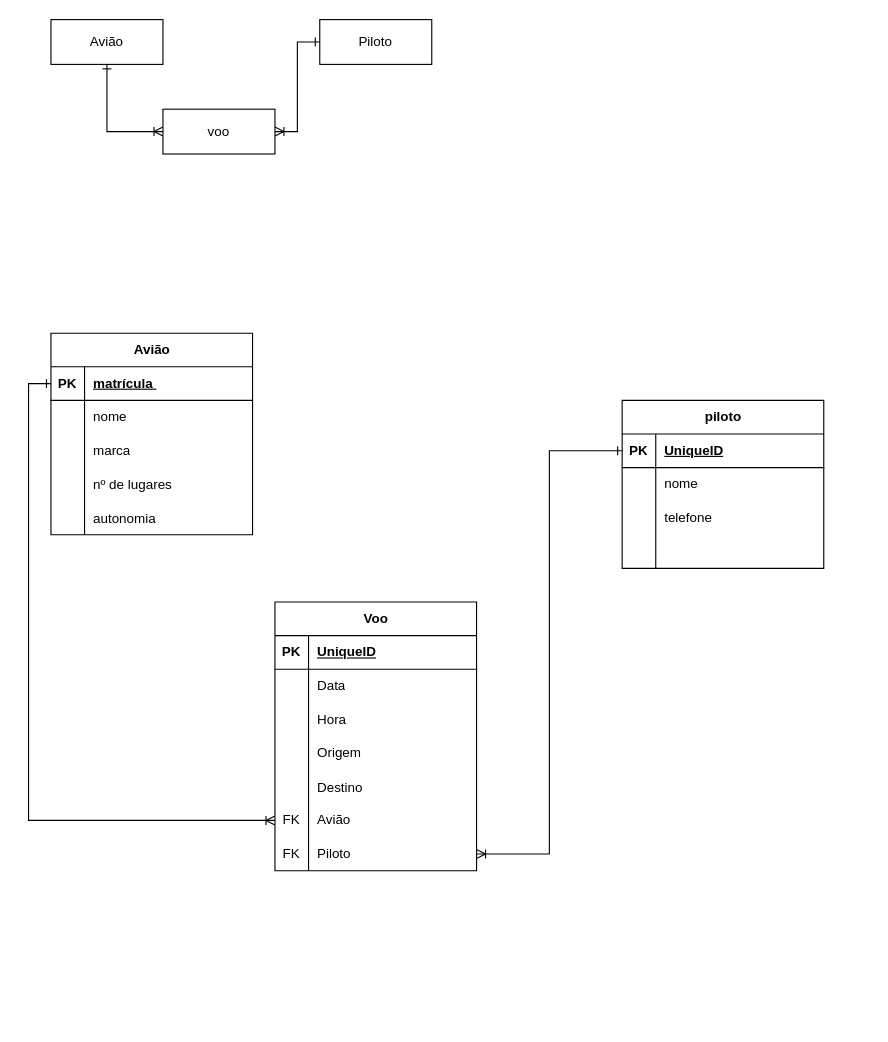
Before: Bases_de_Dados/DB_PL01_Ex4.drawio in G-Man27/portfolio-CESAE, a draw.io diagram. Source tidied: cells renumbered, new cells numbered last; positions are measured from the earlier drawing's top-left corner, leaving out a move shared by most shapes. Both pictures are drawn from the tidied source at 112%, with x=0, y=0 at pixel (50, 19).
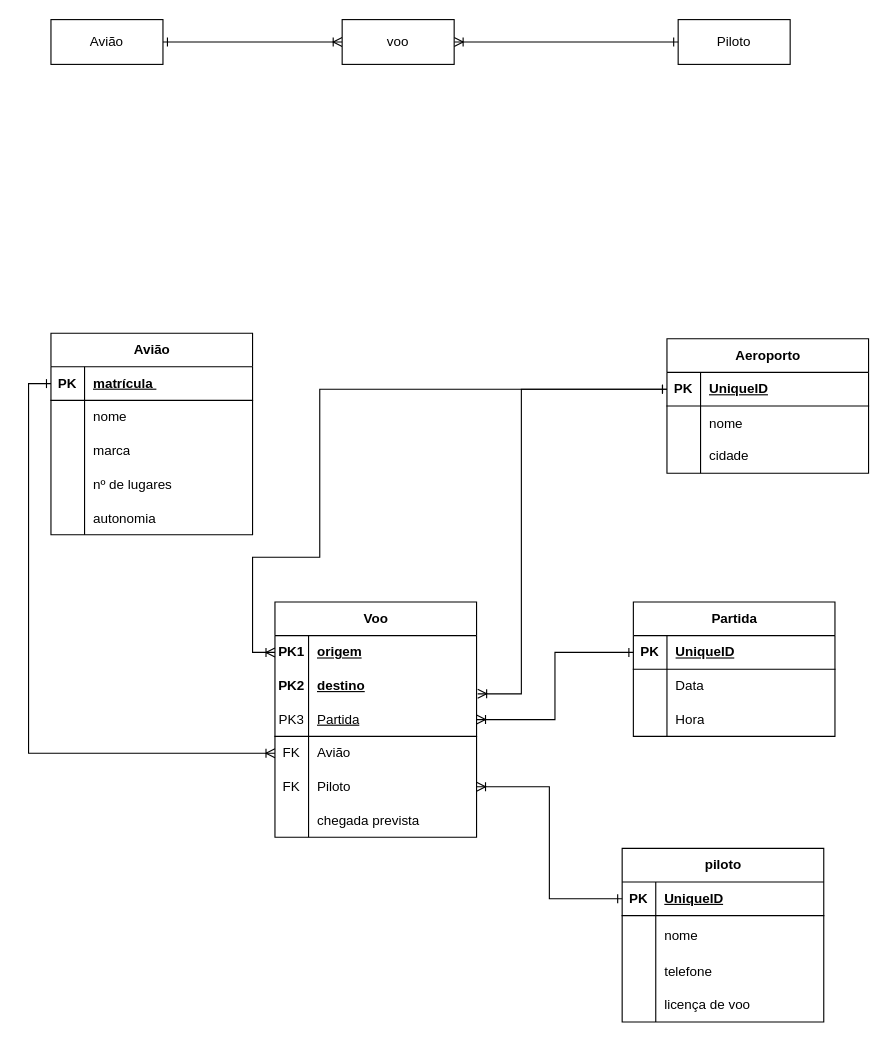
After the change.

The change refers to these unchanged cells:
```xml
<mxCell id="3" value="Avião" style="whiteSpace=wrap;html=1;align=center;" parent="1" vertex="1">
  <mxGeometry width="100" height="40" as="geometry" />
</mxCell>
```

Diff of the diagram source:
```diff
@@
-    <mxCell id="2" style="edgeStyle=orthogonalEdgeStyle;rounded=0;jettySize=auto;html=1;exitX=0.5;exitY=1;exitDx=0;exitDy=0;entryX=0;entryY=0.5;entryDx=0;entryDy=0;startArrow=ERone;startFill=0;endArrow=ERoneToMany;endFill=0;" parent="1" edge="1" source="3" target="6">
+    <mxCell id="2" style="edgeStyle=orthogonalEdgeStyle;rounded=0;jettySize=auto;html=1;exitX=1;exitY=0.5;exitDx=0;exitDy=0;entryX=0;entryY=0.5;entryDx=0;entryDy=0;startArrow=ERone;startFill=0;endArrow=ERoneToMany;endFill=0;" parent="1" edge="1" source="3" target="6">
       <mxGeometry relative="1" as="geometry" />
     </mxCell>
@@
     <mxCell id="4" value="Piloto" style="whiteSpace=wrap;html=1;align=center;" parent="1" vertex="1">
-      <mxGeometry x="240" width="100" height="40" as="geometry" />
+      <mxGeometry x="560" width="100" height="40" as="geometry" />
     </mxCell>
@@
     <mxCell id="6" value="voo" style="whiteSpace=wrap;html=1;align=center;" parent="1" vertex="1">
-      <mxGeometry x="100" y="80" width="100" height="40" as="geometry" />
+      <mxGeometry x="260" width="100" height="40" as="geometry" />
     </mxCell>
@@
     <mxCell id="23" value="piloto" style="shape=table;startSize=30;childLayout=tableLayout;rowLines=0;fontStyle=1;align=center;html=1;" parent="1" vertex="1">
-      <mxGeometry x="510" y="340" width="180" height="150" as="geometry" />
+      <mxGeometry x="510" y="740" width="180" height="155" as="geometry" />
     </mxCell>
@@
     <mxCell id="27" style="shape=tableRow;horizontal=0;startSize=0;swimlaneHead=0;swimlaneBody=0;fillColor=none;top=0;left=0;right=0;bottom=0;" parent="23" vertex="1">
-      <mxGeometry y="60" width="180" height="30" as="geometry" />
+      <mxGeometry y="60" width="180" height="35" as="geometry" />
     </mxCell>
     <mxCell id="28" style="shape=partialRectangle;fillColor=none;top=0;left=0;bottom=0;right=0;overflow=hidden;whiteSpace=wrap;html=1;" parent="27" vertex="1">
-      <mxGeometry width="30" height="30" as="geometry" />
+      <mxGeometry width="30" height="35" as="geometry" />
     </mxCell>
     <mxCell id="29" value="nome" style="shape=partialRectangle;fillColor=none;top=0;left=0;bottom=0;right=0;align=left;spacingLeft=6;overflow=hidden;whiteSpace=wrap;html=1;" parent="27" vertex="1">
-      <mxGeometry x="30" width="150" height="30" as="geometry" />
+      <mxGeometry x="30" width="150" height="35" as="geometry" />
     </mxCell>
     <mxCell id="30" style="shape=tableRow;horizontal=0;startSize=0;swimlaneHead=0;swimlaneBody=0;fillColor=none;top=0;left=0;right=0;bottom=0;" parent="23" vertex="1">
-      <mxGeometry y="90" width="180" height="30" as="geometry" />
+      <mxGeometry y="95" width="180" height="30" as="geometry" />
     </mxCell>
@@
     <mxCell id="33" style="shape=tableRow;horizontal=0;startSize=0;swimlaneHead=0;swimlaneBody=0;fillColor=none;top=0;left=0;right=0;bottom=0;" parent="23" vertex="1">
-      <mxGeometry y="120" width="180" height="30" as="geometry" />
+      <mxGeometry y="125" width="180" height="30" as="geometry" />
     </mxCell>
@@
-    <mxCell id="35" style="shape=partialRectangle;fillColor=none;top=0;left=0;bottom=0;right=0;align=left;spacingLeft=6;overflow=hidden;whiteSpace=wrap;html=1;" parent="33" vertex="1">
+    <mxCell id="35" value="licença de voo" style="shape=partialRectangle;fillColor=none;top=0;left=0;bottom=0;right=0;align=left;spacingLeft=6;overflow=hidden;whiteSpace=wrap;html=1;" parent="33" vertex="1">
       <mxGeometry x="30" width="150" height="30" as="geometry" />
     </mxCell>
     <mxCell id="36" value="Voo" style="shape=table;startSize=30;childLayout=tableLayout;rowLines=0;fontStyle=1;align=center;html=1;" parent="1" vertex="1">
-      <mxGeometry x="200" y="520" width="180" height="240" as="geometry" />
+      <mxGeometry x="200" y="520" width="180" height="210" as="geometry" />
     </mxCell>
-    <mxCell id="37" style="shape=tableRow;horizontal=0;startSize=0;swimlaneHead=0;swimlaneBody=0;fillColor=none;points=[[0,0.5],[1,0.5]];portConstraint=eastwest;top=0;left=0;right=0;bottom=1;" parent="36" vertex="1">
+    <mxCell id="37" style="shape=tableRow;horizontal=0;startSize=0;swimlaneHead=0;swimlaneBody=0;fillColor=none;points=[[0,0.5],[1,0.5]];portConstraint=eastwest;top=0;left=0;right=0;bottom=0;swimlaneLine=0;strokeColor=inherit;" parent="36" vertex="1">
       <mxGeometry y="30" width="180" height="30" as="geometry" />
     </mxCell>
-    <mxCell id="38" value="PK" style="shape=partialRectangle;fillColor=none;top=0;left=0;bottom=0;right=0;fontStyle=1;overflow=hidden;whiteSpace=wrap;html=1;" parent="37" vertex="1">
+    <mxCell id="38" value="PK1" style="shape=partialRectangle;fillColor=none;top=0;left=0;bottom=0;right=0;fontStyle=1;overflow=hidden;whiteSpace=wrap;html=1;" parent="37" vertex="1">
       <mxGeometry width="30" height="30" as="geometry" />
     </mxCell>
-    <mxCell id="39" value="UniqueID" style="shape=partialRectangle;fillColor=none;top=0;left=0;bottom=0;right=0;align=left;spacingLeft=6;fontStyle=5;overflow=hidden;whiteSpace=wrap;html=1;" parent="37" vertex="1">
+    <mxCell id="39" value="origem" style="shape=partialRectangle;fillColor=none;top=0;left=0;bottom=0;right=0;align=left;spacingLeft=6;fontStyle=5;overflow=hidden;whiteSpace=wrap;html=1;strokeColor=inherit;" parent="37" vertex="1">
       <mxGeometry x="30" width="150" height="30" as="geometry" />
     </mxCell>
-    <mxCell id="40" style="shape=tableRow;horizontal=0;startSize=0;swimlaneHead=0;swimlaneBody=0;fillColor=none;top=0;left=0;right=0;bottom=0;" parent="36" vertex="1">
-      <mxGeometry y="60" width="180" height="30" as="geometry" />
-    </mxCell>
-    <mxCell id="41" style="shape=partialRectangle;fillColor=none;top=0;left=0;bottom=0;right=0;overflow=hidden;whiteSpace=wrap;html=1;" parent="40" vertex="1">
-      <mxGeometry width="30" height="30" as="geometry" />
-    </mxCell>
-    <mxCell id="42" value="Data" style="shape=partialRectangle;fillColor=none;top=0;left=0;bottom=0;right=0;align=left;spacingLeft=6;overflow=hidden;whiteSpace=wrap;html=1;" parent="40" vertex="1">
-      <mxGeometry x="30" width="150" height="30" as="geometry" />
-    </mxCell>
+    <mxCell id="60" style="shape=tableRow;horizontal=0;startSize=0;swimlaneHead=0;swimlaneBody=0;fillColor=none;top=0;left=0;right=0;bottom=0;" parent="36" vertex="1">
+      <mxGeometry y="60" width="180" height="30" as="geometry" />
+    </mxCell>
+    <mxCell id="61" value="PK2" style="shape=partialRectangle;fillColor=none;top=0;left=0;bottom=0;right=0;fontStyle=1;overflow=hidden;whiteSpace=wrap;html=1;" parent="60" vertex="1">
+      <mxGeometry width="30" height="30" as="geometry" />
+    </mxCell>
+    <mxCell id="62" value="destino" style="shape=partialRectangle;fillColor=none;top=0;left=0;bottom=0;right=0;align=left;spacingLeft=6;fontStyle=5;overflow=hidden;whiteSpace=wrap;html=1;" parent="60" vertex="1">
+      <mxGeometry x="30" width="150" height="30" as="geometry" />
+    </mxCell>
-    <mxCell id="43" style="shape=tableRow;horizontal=0;startSize=0;swimlaneHead=0;swimlaneBody=0;fillColor=none;points=[[0,0.5],[1,0.5]];portConstraint=eastwest;top=0;left=0;right=0;bottom=0;" parent="36" vertex="1">
+    <mxCell id="43" style="shape=tableRow;horizontal=0;startSize=0;swimlaneHead=0;swimlaneBody=0;fillColor=none;points=[[0,0.5],[1,0.5]];portConstraint=eastwest;top=0;left=0;right=0;bottom=1;" parent="36" vertex="1">
       <mxGeometry y="90" width="180" height="30" as="geometry" />
     </mxCell>
-    <mxCell id="44" style="shape=partialRectangle;fillColor=none;top=0;left=0;bottom=0;right=0;overflow=hidden;whiteSpace=wrap;html=1;" parent="43" vertex="1">
+    <mxCell id="44" value="PK3" style="shape=partialRectangle;fillColor=none;top=0;left=0;bottom=0;right=0;overflow=hidden;whiteSpace=wrap;html=1;" parent="43" vertex="1">
       <mxGeometry width="30" height="30" as="geometry" />
     </mxCell>
-    <mxCell id="45" value="Hora" style="shape=partialRectangle;fillColor=none;top=0;left=0;bottom=0;right=0;align=left;spacingLeft=6;overflow=hidden;whiteSpace=wrap;html=1;" parent="43" vertex="1">
+    <mxCell id="45" value="Partida" style="shape=partialRectangle;fillColor=none;top=0;left=0;bottom=0;right=0;align=left;spacingLeft=6;overflow=hidden;whiteSpace=wrap;html=1;fontStyle=4;" parent="43" vertex="1">
       <mxGeometry x="30" width="150" height="30" as="geometry" />
     </mxCell>
-    <mxCell id="46" style="shape=tableRow;horizontal=0;startSize=0;swimlaneHead=0;swimlaneBody=0;fillColor=none;top=0;left=0;right=0;bottom=0;" parent="36" vertex="1">
-      <mxGeometry y="120" width="180" height="30" as="geometry" />
-    </mxCell>
-    <mxCell id="47" style="shape=partialRectangle;fillColor=none;top=0;left=0;bottom=0;right=0;overflow=hidden;whiteSpace=wrap;html=1;" parent="46" vertex="1">
-      <mxGeometry width="30" height="30" as="geometry" />
-    </mxCell>
-    <mxCell id="48" value="Origem" style="shape=partialRectangle;fillColor=none;top=0;left=0;bottom=0;right=0;align=left;spacingLeft=6;overflow=hidden;whiteSpace=wrap;html=1;" parent="46" vertex="1">
-      <mxGeometry x="30" width="150" height="30" as="geometry" />
-    </mxCell>
-    <mxCell id="49" style="shape=tableRow;horizontal=0;startSize=0;swimlaneHead=0;swimlaneBody=0;fillColor=none;top=0;left=0;right=0;bottom=0;" parent="36" vertex="1">
-      <mxGeometry y="150" width="180" height="30" as="geometry" />
-    </mxCell>
-    <mxCell id="50" style="shape=partialRectangle;fillColor=none;top=0;left=0;bottom=0;right=0;overflow=hidden;" parent="49" vertex="1">
-      <mxGeometry width="30" height="30" as="geometry" />
-    </mxCell>
-    <mxCell id="51" value="Destino" style="shape=partialRectangle;fillColor=none;top=0;left=0;bottom=0;right=0;align=left;spacingLeft=6;overflow=hidden;" parent="49" vertex="1">
-      <mxGeometry x="30" width="150" height="30" as="geometry" />
-    </mxCell>
     <mxCell id="52" style="shape=tableRow;horizontal=0;startSize=0;swimlaneHead=0;swimlaneBody=0;fillColor=none;points=[[0,0.5],[1,0.5]];portConstraint=eastwest;top=0;left=0;right=0;bottom=0;" parent="36" vertex="1">
-      <mxGeometry y="180" width="180" height="30" as="geometry" />
+      <mxGeometry y="120" width="180" height="30" as="geometry" />
     </mxCell>
@@
     <mxCell id="55" style="shape=tableRow;horizontal=0;startSize=0;swimlaneHead=0;swimlaneBody=0;fillColor=none;points=[[0,0.5],[1,0.5]];portConstraint=eastwest;top=0;left=0;right=0;bottom=0;" parent="36" vertex="1">
-      <mxGeometry y="210" width="180" height="30" as="geometry" />
+      <mxGeometry y="150" width="180" height="30" as="geometry" />
     </mxCell>
@@
+    <mxCell id="63" style="shape=tableRow;horizontal=0;startSize=0;swimlaneHead=0;swimlaneBody=0;fillColor=none;top=0;left=0;right=0;bottom=0;" parent="36" vertex="1">
+      <mxGeometry y="180" width="180" height="30" as="geometry" />
+    </mxCell>
+    <mxCell id="64" style="shape=partialRectangle;fillColor=none;top=0;left=0;bottom=0;right=0;overflow=hidden;" parent="63" vertex="1">
+      <mxGeometry width="30" height="30" as="geometry" />
+    </mxCell>
+    <mxCell id="65" value="chegada prevista" style="shape=partialRectangle;fillColor=none;top=0;left=0;bottom=0;right=0;align=left;spacingLeft=6;overflow=hidden;" parent="63" vertex="1">
+      <mxGeometry x="30" width="150" height="30" as="geometry" />
+    </mxCell>
@@
+    <mxCell id="66" value="Aeroporto" style="shape=table;startSize=30;childLayout=tableLayout;rowLines=0;fontStyle=1;align=center;html=1;" parent="1" vertex="1">
+      <mxGeometry x="550" y="285" width="180" height="120" as="geometry" />
+    </mxCell>
+    <mxCell id="67" style="shape=tableRow;horizontal=0;startSize=0;swimlaneHead=0;swimlaneBody=0;fillColor=none;points=[[0,0.5],[1,0.5]];portConstraint=eastwest;top=0;left=0;right=0;bottom=1;" parent="66" vertex="1">
+      <mxGeometry y="30" width="180" height="30" as="geometry" />
+    </mxCell>
+    <mxCell id="68" value="PK" style="shape=partialRectangle;fillColor=none;top=0;left=0;bottom=0;right=0;fontStyle=1;overflow=hidden;whiteSpace=wrap;html=1;" parent="67" vertex="1">
+      <mxGeometry width="30" height="30" as="geometry" />
+    </mxCell>
+    <mxCell id="69" value="UniqueID" style="shape=partialRectangle;fillColor=none;top=0;left=0;bottom=0;right=0;align=left;spacingLeft=6;fontStyle=5;overflow=hidden;whiteSpace=wrap;html=1;" parent="67" vertex="1">
+      <mxGeometry x="30" width="150" height="30" as="geometry" />
+    </mxCell>
+    <mxCell id="70" style="shape=tableRow;horizontal=0;startSize=0;swimlaneHead=0;swimlaneBody=0;fillColor=none;top=0;left=0;right=0;bottom=0;" parent="66" vertex="1">
+      <mxGeometry y="60" width="180" height="30" as="geometry" />
+    </mxCell>
+    <mxCell id="71" style="shape=partialRectangle;fillColor=none;top=0;left=0;bottom=0;right=0;overflow=hidden;" parent="70" vertex="1">
+      <mxGeometry width="30" height="30" as="geometry" />
+    </mxCell>
+    <mxCell id="72" value="nome" style="shape=partialRectangle;fillColor=none;top=0;left=0;bottom=0;right=0;align=left;spacingLeft=6;overflow=hidden;" parent="70" vertex="1">
+      <mxGeometry x="30" width="150" height="30" as="geometry" />
+    </mxCell>
+    <mxCell id="73" style="shape=tableRow;horizontal=0;startSize=0;swimlaneHead=0;swimlaneBody=0;fillColor=none;top=0;left=0;right=0;bottom=0;" parent="66" vertex="1">
+      <mxGeometry y="90" width="180" height="30" as="geometry" />
+    </mxCell>
+    <mxCell id="74" style="shape=partialRectangle;fillColor=none;top=0;left=0;bottom=0;right=0;overflow=hidden;whiteSpace=wrap;html=1;" parent="73" vertex="1">
+      <mxGeometry width="30" height="30" as="geometry" />
+    </mxCell>
+    <mxCell id="75" value="cidade" style="shape=partialRectangle;fillColor=none;top=0;left=0;bottom=0;right=0;align=left;spacingLeft=6;overflow=hidden;whiteSpace=wrap;html=1;" parent="73" vertex="1">
+      <mxGeometry x="30" width="150" height="30" as="geometry" />
+    </mxCell>
+    <mxCell id="76" style="edgeStyle=orthogonalEdgeStyle;rounded=0;jettySize=auto;html=1;exitX=0;exitY=0.5;exitDx=0;exitDy=0;entryX=0;entryY=0.5;entryDx=0;entryDy=0;startArrow=ERone;startFill=0;endArrow=ERoneToMany;endFill=0;" parent="1" edge="1" source="67" target="37">
+      <mxGeometry relative="1" as="geometry">
+        <Array as="points">
+          <mxPoint x="240" y="330" />
+          <mxPoint x="240" y="480" />
+          <mxPoint x="180" y="480" />
+          <mxPoint x="180" y="565" />
+        </Array>
+      </mxGeometry>
+    </mxCell>
+    <mxCell id="77" style="edgeStyle=orthogonalEdgeStyle;rounded=0;jettySize=auto;html=1;startArrow=ERone;startFill=0;endArrow=ERoneToMany;endFill=0;" parent="1" edge="1" source="67">
+      <mxGeometry relative="1" as="geometry">
+        <mxPoint x="381" y="602" as="targetPoint" />
+        <Array as="points">
+          <mxPoint x="420" y="330" />
+          <mxPoint x="420" y="602" />
+        </Array>
+      </mxGeometry>
+    </mxCell>
+    <mxCell id="78" value="Partida" style="shape=table;startSize=30;childLayout=tableLayout;rowLines=0;fontStyle=1;align=center;html=1;" parent="1" vertex="1">
+      <mxGeometry x="520" y="520" width="180" height="120" as="geometry" />
+    </mxCell>
+    <mxCell id="79" style="shape=tableRow;horizontal=0;startSize=0;swimlaneHead=0;swimlaneBody=0;fillColor=none;points=[[0,0.5],[1,0.5]];portConstraint=eastwest;top=0;left=0;right=0;bottom=1;" parent="78" vertex="1">
+      <mxGeometry y="30" width="180" height="30" as="geometry" />
+    </mxCell>
+    <mxCell id="80" value="PK" style="shape=partialRectangle;fillColor=none;top=0;left=0;bottom=0;right=0;fontStyle=1;overflow=hidden;whiteSpace=wrap;html=1;" parent="79" vertex="1">
+      <mxGeometry width="30" height="30" as="geometry" />
+    </mxCell>
+    <mxCell id="81" value="UniqueID" style="shape=partialRectangle;fillColor=none;top=0;left=0;bottom=0;right=0;align=left;spacingLeft=6;fontStyle=5;overflow=hidden;whiteSpace=wrap;html=1;" parent="79" vertex="1">
+      <mxGeometry x="30" width="150" height="30" as="geometry" />
+    </mxCell>
+    <mxCell id="82" style="shape=tableRow;horizontal=0;startSize=0;swimlaneHead=0;swimlaneBody=0;fillColor=none;top=0;left=0;right=0;bottom=0;" parent="78" vertex="1">
+      <mxGeometry y="60" width="180" height="30" as="geometry" />
+    </mxCell>
+    <mxCell id="83" style="shape=partialRectangle;fillColor=none;top=0;left=0;bottom=0;right=0;overflow=hidden;whiteSpace=wrap;html=1;" parent="82" vertex="1">
+      <mxGeometry width="30" height="30" as="geometry" />
+    </mxCell>
+    <mxCell id="42" value="Data&amp;nbsp;" style="shape=partialRectangle;fillColor=none;top=0;left=0;bottom=0;right=0;align=left;spacingLeft=6;overflow=hidden;whiteSpace=wrap;html=1;" parent="82" vertex="1">
+      <mxGeometry x="30" width="150" height="30" as="geometry" />
+    </mxCell>
+    <mxCell id="84" style="shape=tableRow;horizontal=0;startSize=0;swimlaneHead=0;swimlaneBody=0;fillColor=none;top=0;left=0;right=0;bottom=0;" parent="78" vertex="1">
+      <mxGeometry y="90" width="180" height="30" as="geometry" />
+    </mxCell>
+    <mxCell id="85" style="shape=partialRectangle;fillColor=none;top=0;left=0;bottom=0;right=0;overflow=hidden;whiteSpace=wrap;html=1;" parent="84" vertex="1">
+      <mxGeometry width="30" height="30" as="geometry" />
+    </mxCell>
+    <mxCell id="86" value="Hora" style="shape=partialRectangle;fillColor=none;top=0;left=0;bottom=0;right=0;align=left;spacingLeft=6;overflow=hidden;whiteSpace=wrap;html=1;" parent="84" vertex="1">
+      <mxGeometry x="30" width="150" height="30" as="geometry" />
+    </mxCell>
+    <mxCell id="87" style="edgeStyle=orthogonalEdgeStyle;rounded=0;jettySize=auto;html=1;exitX=1;exitY=0.5;exitDx=0;exitDy=0;entryX=0;entryY=0.5;entryDx=0;entryDy=0;endArrow=ERone;endFill=0;startArrow=ERoneToMany;startFill=0;" parent="1" edge="1" source="43" target="79">
+      <mxGeometry relative="1" as="geometry" />
+    </mxCell>
```
